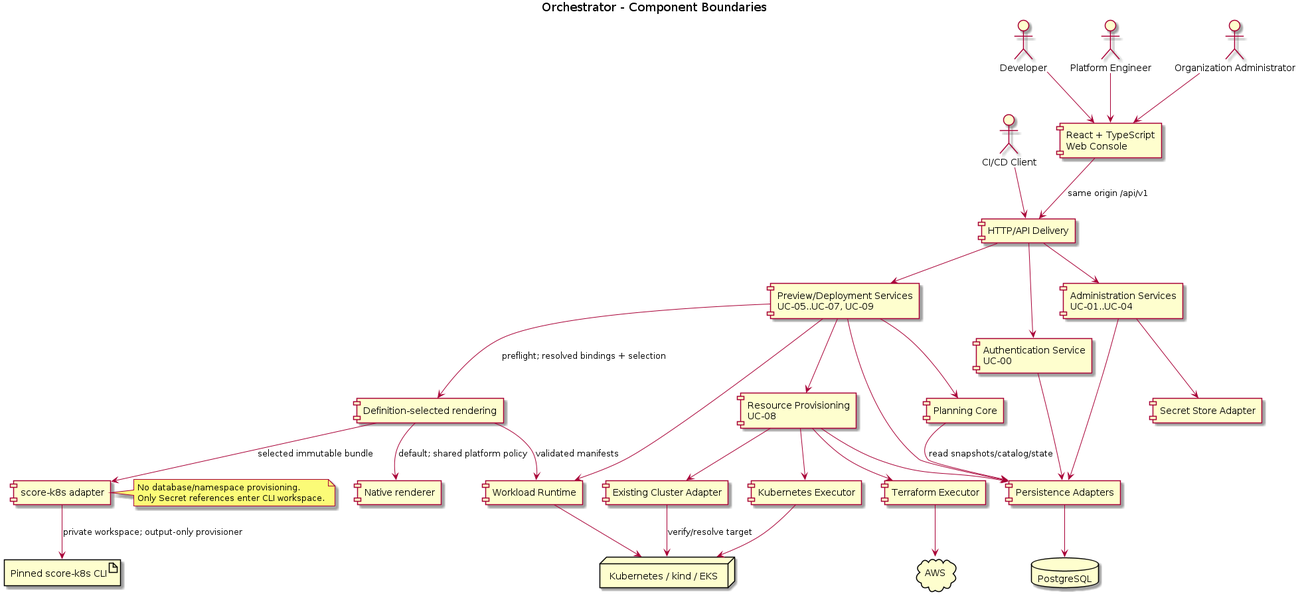
pr3s3nt/poc keeps this PlantUML diagram as orchestrator_docs/architecture/components/component-diagram.png. Above is the earlier version. Its source is kept beside it as orchestrator_docs/architecture/components/component-diagram.puml. Source of this version:
```plantuml
@startuml
title Orchestrator - Component Boundaries
skinparam componentStyle rectangle

actor Developer
actor "Platform Engineer" as Platform
actor "Organization Administrator" as OrgAdmin
actor "CI/CD Client" as CICD

component "React + TypeScript\nWeb Console" as WebConsole
component "HTTP/API Delivery" as API
component "Authentication Service\nUC-00" as Authentication
component "Administration Services\nUC-01..UC-04" as Admin
component "Preview/Deployment Services\nUC-05..UC-07, UC-09" as Deploy
component "Planning Core" as Planner
component "Resource Provisioning\nUC-08" as Provisioning
component "Workload Runtime" as Workload
component "Persistence Adapters" as Persistence
database PostgreSQL as DB
component "Terraform Executor" as Terraform
component "Kubernetes Executor" as K8sExecutor
component "Existing Cluster Adapter" as Existing
component "Secret Store Adapter" as Secrets
cloud AWS
node "Kubernetes / kind / EKS" as Kubernetes

Developer --> WebConsole
Platform --> WebConsole
OrgAdmin --> WebConsole
WebConsole --> API : same origin /api/v1
CICD --> API
API --> Authentication
API --> Admin
Authentication --> Persistence
API --> Deploy
Admin --> Persistence
Admin --> Secrets
Deploy --> Planner
Deploy --> Provisioning
Deploy --> Workload
Deploy --> Persistence
Planner --> Persistence : read snapshots/catalog/state
Provisioning --> Persistence
Provisioning --> Terraform
Provisioning --> K8sExecutor
Provisioning --> Existing
Workload --> Kubernetes
Terraform --> AWS
K8sExecutor --> Kubernetes
Existing --> Kubernetes : verify/resolve target
Persistence --> DB
component "Definition-selected rendering" as Rendering
component "Native renderer" as Native
component "score-k8s adapter" as ScoreAdapter
artifact "Pinned score-k8s CLI" as ScoreCLI
Deploy --> Rendering : preflight; resolved bindings + selection
Rendering --> Native : default; shared platform policy
Rendering --> ScoreAdapter : selected immutable bundle
ScoreAdapter --> ScoreCLI : private workspace; output-only provisioner
Rendering --> Workload : validated manifests
note right of ScoreAdapter
No database/namespace provisioning.
Only Secret references enter CLI workspace.
end note
@enduml
```
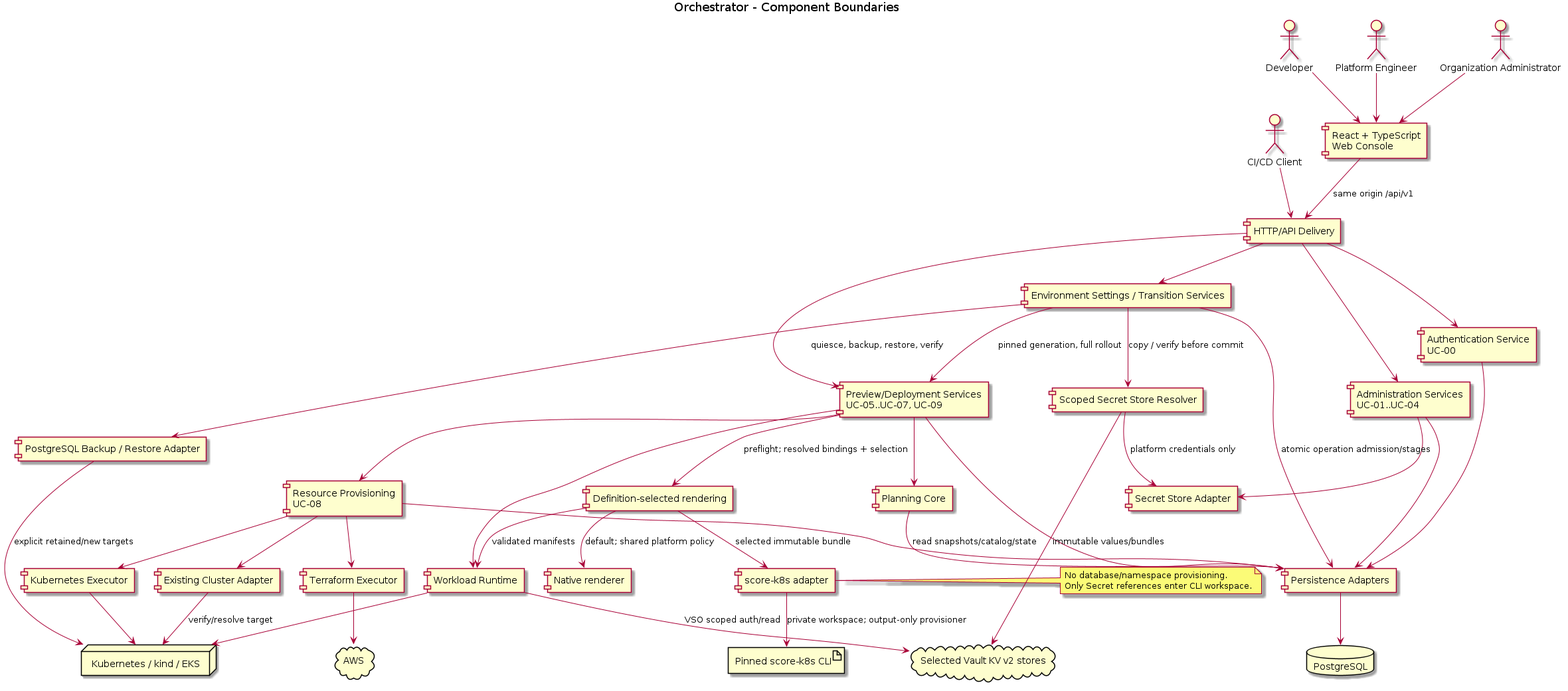
Later version of the same file.

The edit, as a diff of the source:
```diff
@@ -62,4 +62,17 @@
 No database/namespace provisioning.
 Only Secret references enter CLI workspace.
 end note
+component "Environment Settings / Transition Services" as Transitions
+component "Scoped Secret Store Resolver" as StoreResolver
+component "PostgreSQL Backup / Restore Adapter" as Transfer
+cloud "Selected Vault KV v2 stores" as VaultStores
+API --> Transitions
+Transitions --> Persistence : atomic operation admission/stages
+Transitions --> Transfer : quiesce, backup, restore, verify
+Transfer --> Kubernetes : explicit retained/new targets
+Transitions --> Deploy : pinned generation, full rollout
+Transitions --> StoreResolver : copy / verify before commit
+StoreResolver --> Secrets : platform credentials only
+StoreResolver --> VaultStores : immutable values/bundles
+Workload --> VaultStores : VSO scoped auth/read
 @enduml
```
